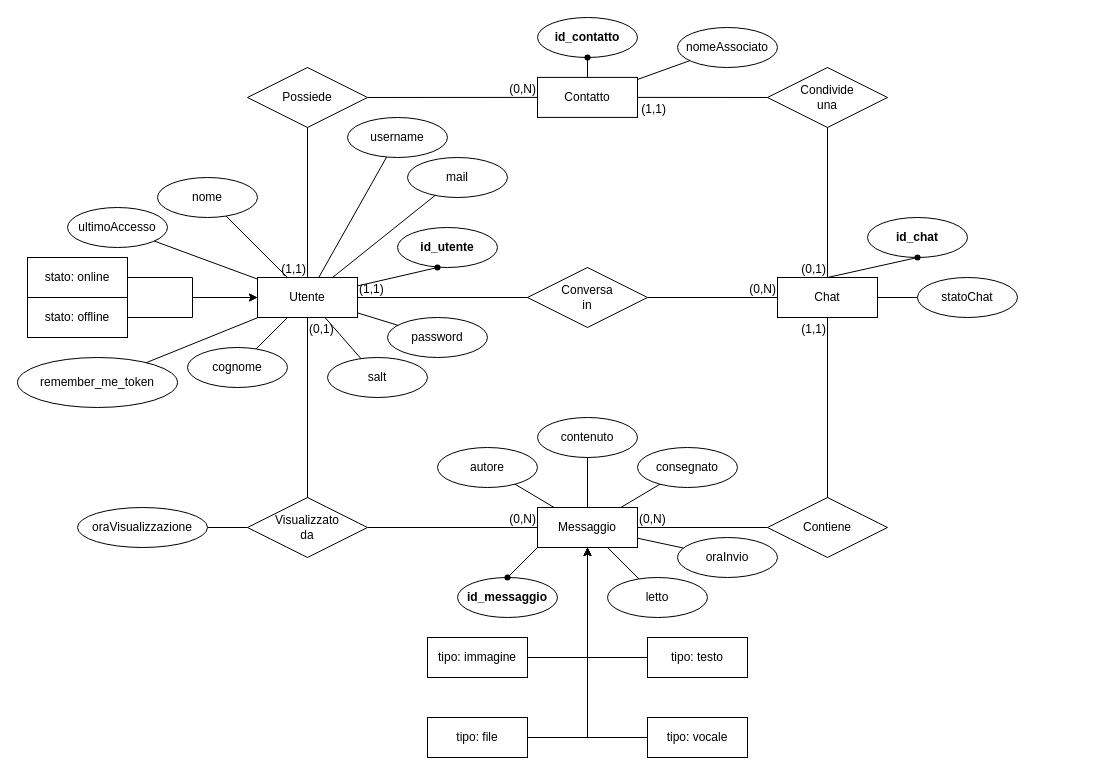
This is Progettazione/ER app messaggistica.drawio from FanteyOfficial/ProgettoQuintaInformatica, a draw.io file, before an edit. Source tidied: cells renumbered, new cells numbered last; positions are measured from the earlier drawing's top-left corner, leaving out a move shared by most shapes. Both pictures are drawn from the tidied source at 100%, with x=0, y=0 at pixel (17, 17).
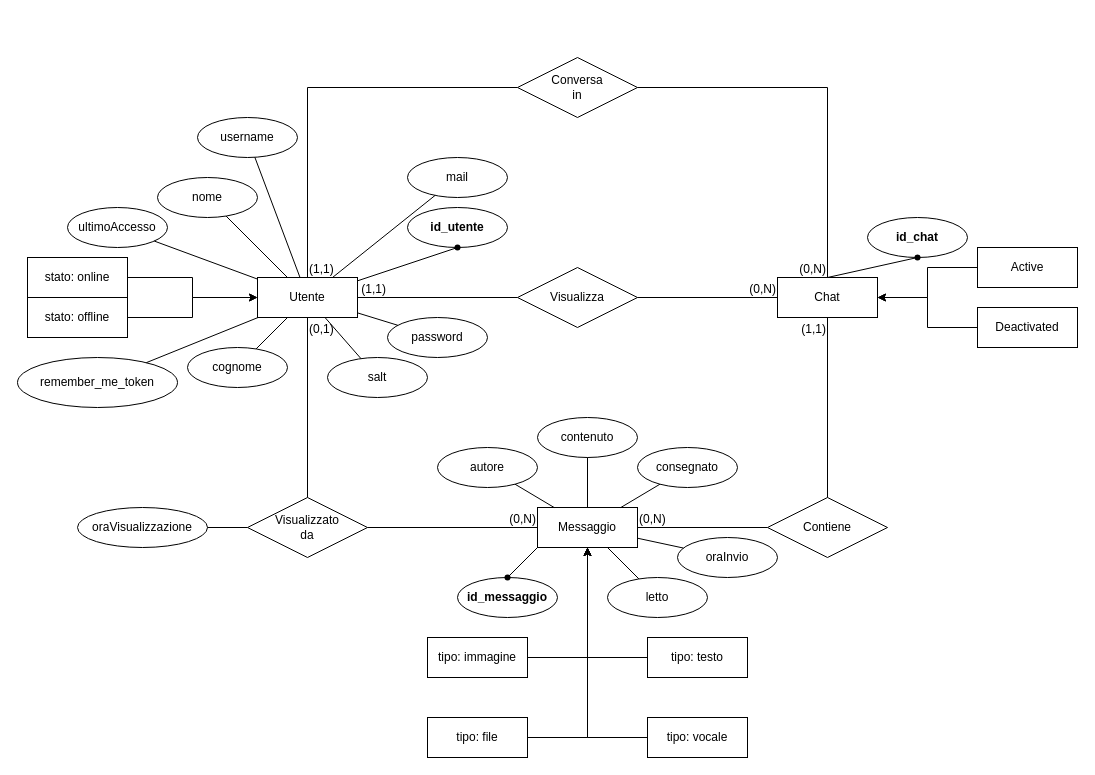
The same diagram, later.

The change refers to these unchanged cells:
```xml
<mxCell id="2" value="Utente" style="whiteSpace=wrap;html=1;align=center;" parent="1" vertex="1">
  <mxGeometry x="240" y="260" width="100" height="40" as="geometry" />
</mxCell>
<mxCell id="3" value="Chat" style="whiteSpace=wrap;html=1;align=center;" parent="1" vertex="1">
  <mxGeometry x="760" y="260" width="100" height="40" as="geometry" />
</mxCell>
```

The edit, as a diff of the source:
```diff
@@
     <mxCell id="6" value="Conversa&lt;br&gt;in" style="shape=rhombus;perimeter=rhombusPerimeter;whiteSpace=wrap;html=1;align=center;" parent="1" vertex="1">
-      <mxGeometry x="510" y="250" width="120" height="60" as="geometry" />
+      <mxGeometry x="500" y="40" width="120" height="60" as="geometry" />
     </mxCell>
@@
-    <mxCell id="8" style="endArrow=none;html=1;rounded=0;exitX=1;exitY=0.5;exitDx=0;exitDy=0;entryX=0;entryY=0.5;entryDx=0;entryDy=0;" parent="1" edge="1" source="2" target="6">
-      <mxGeometry relative="1" as="geometry" />
+    <mxCell id="8" style="endArrow=none;html=1;rounded=0;exitX=0.5;exitY=0;exitDx=0;exitDy=0;entryX=0;entryY=0.5;entryDx=0;entryDy=0;" parent="1" edge="1" source="2" target="6">
+      <mxGeometry relative="1" as="geometry">
+        <Array as="points">
+          <mxPoint x="290" y="70" />
+        </Array>
+      </mxGeometry>
     </mxCell>
@@
-    <mxCell id="18" style="endArrow=none;html=1;rounded=0;exitX=1;exitY=0.5;exitDx=0;exitDy=0;entryX=0;entryY=0.5;entryDx=0;entryDy=0;" parent="1" edge="1" source="6" target="3">
-      <mxGeometry relative="1" as="geometry" />
+    <mxCell id="18" style="endArrow=none;html=1;rounded=0;exitX=1;exitY=0.5;exitDx=0;exitDy=0;entryX=0.5;entryY=0;entryDx=0;entryDy=0;" parent="1" edge="1" source="6" target="3">
+      <mxGeometry relative="1" as="geometry">
+        <Array as="points">
+          <mxPoint x="810" y="70" />
+        </Array>
+      </mxGeometry>
     </mxCell>
@@
-    <mxCell id="23" value="statoChat" style="ellipse;whiteSpace=wrap;html=1;align=center;" parent="1" vertex="1">
-      <mxGeometry x="900" y="260" width="100" height="40" as="geometry" />
-    </mxCell>
@@
     <mxCell id="26" value="&lt;b&gt;id_utente&lt;/b&gt;" style="ellipse;whiteSpace=wrap;html=1;align=center;" parent="1" vertex="1">
-      <mxGeometry x="380" y="210" width="100" height="40" as="geometry" />
+      <mxGeometry x="390" y="190" width="100" height="40" as="geometry" />
     </mxCell>
@@
     <mxCell id="29" value="username" style="ellipse;whiteSpace=wrap;html=1;align=center;" parent="1" vertex="1">
-      <mxGeometry x="330" y="100" width="100" height="40" as="geometry" />
+      <mxGeometry x="180" y="100" width="100" height="40" as="geometry" />
     </mxCell>
@@
-    <mxCell id="38" style="endArrow=none;html=1;rounded=0;exitX=1;exitY=0.5;exitDx=0;exitDy=0;entryX=0;entryY=0.5;entryDx=0;entryDy=0;" parent="1" edge="1" source="3" target="23">
-      <mxGeometry relative="1" as="geometry" />
-    </mxCell>
@@
-    <mxCell id="73" value="Contatto" style="whiteSpace=wrap;html=1;align=center;" parent="1" vertex="1">
-      <mxGeometry x="520" y="59.9" width="100" height="40" as="geometry" />
-    </mxCell>
-    <mxCell id="74" value="Possiede" style="shape=rhombus;perimeter=rhombusPerimeter;whiteSpace=wrap;html=1;align=center;" parent="1" vertex="1">
-      <mxGeometry x="230" y="50" width="120" height="60" as="geometry" />
-    </mxCell>
-    <mxCell id="75" style="endArrow=none;html=1;rounded=0;" parent="1" edge="1" source="74" target="2">
-      <mxGeometry relative="1" as="geometry" />
-    </mxCell>
-    <mxCell id="76" value="(1,1)" style="html=1;whiteSpace=wrap;align=right;verticalAlign=bottom;" parent="75" vertex="1">
-      <mxGeometry x="1" relative="1" as="geometry" />
-    </mxCell>
-    <mxCell id="77" style="endArrow=none;html=1;rounded=0;" parent="1" edge="1" source="74" target="73">
-      <mxGeometry relative="1" as="geometry" />
-    </mxCell>
-    <mxCell id="78" value="(0,N)" style="html=1;whiteSpace=wrap;align=right;verticalAlign=bottom;" parent="77" vertex="1">
-      <mxGeometry x="1" relative="1" as="geometry" />
-    </mxCell>
-    <mxCell id="79" value="&lt;b&gt;id_contatto&lt;/b&gt;" style="ellipse;whiteSpace=wrap;html=1;align=center;" parent="1" vertex="1">
-      <mxGeometry x="520" width="100" height="40" as="geometry" />
-    </mxCell>
-    <mxCell id="80" style="endArrow=none;html=1;rounded=0;" parent="1" edge="1" source="82" target="73">
-      <mxGeometry relative="1" as="geometry" />
-    </mxCell>
-    <mxCell id="81" style="endArrow=none;html=1;rounded=0;" parent="1" edge="1" source="79" target="82">
-      <mxGeometry relative="1" as="geometry" />
-    </mxCell>
-    <mxCell id="82" style="shape=waypoint;sketch=0;fillStyle=solid;size=6;points=[];fillColor=none;perimeter=centerPerimeter;snapToPoint=1;" parent="1" vertex="1">
-      <mxGeometry x="560" y="30" width="20" height="20" as="geometry" />
-    </mxCell>
-    <mxCell id="83" value="nomeAssociato" style="ellipse;whiteSpace=wrap;html=1;align=center;" parent="1" vertex="1">
-      <mxGeometry x="660" y="10" width="100" height="40" as="geometry" />
-    </mxCell>
-    <mxCell id="84" style="endArrow=none;html=1;rounded=0;" parent="1" edge="1" source="73" target="83">
-      <mxGeometry relative="1" as="geometry" />
-    </mxCell>
@@
     <mxCell id="86" style="shape=waypoint;sketch=0;fillStyle=solid;size=6;points=[];fillColor=none;perimeter=centerPerimeter;snapToPoint=1;" parent="1" vertex="1">
-      <mxGeometry x="410" y="240" width="20" height="20" as="geometry" />
+      <mxGeometry x="430" y="220" width="20" height="20" as="geometry" />
     </mxCell>
-    <mxCell id="87" value="Condivide&lt;br&gt;una" style="shape=rhombus;perimeter=rhombusPerimeter;whiteSpace=wrap;html=1;align=center;" parent="1" vertex="1">
-      <mxGeometry x="750" y="50" width="120" height="60" as="geometry" />
-    </mxCell>
-    <mxCell id="88" style="endArrow=none;html=1;rounded=0;" parent="1" edge="1" source="87" target="73">
-      <mxGeometry relative="1" as="geometry" />
-    </mxCell>
-    <mxCell id="89" value="(1,1)" style="html=1;whiteSpace=wrap;align=right;verticalAlign=bottom;" parent="88" vertex="1">
-      <mxGeometry x="1" relative="1" as="geometry">
-        <mxPoint x="30" y="20" as="offset" />
-      </mxGeometry>
-    </mxCell>
-    <mxCell id="90" style="endArrow=none;html=1;rounded=0;" parent="1" edge="1" source="87" target="3">
-      <mxGeometry relative="1" as="geometry" />
-    </mxCell>
-    <mxCell id="91" value="(0,1)" style="html=1;whiteSpace=wrap;align=right;verticalAlign=bottom;" parent="90" vertex="1">
-      <mxGeometry x="1" relative="1" as="geometry" />
-    </mxCell>
+    <mxCell id="92" value="Visualizza" style="shape=rhombus;perimeter=rhombusPerimeter;whiteSpace=wrap;html=1;align=center;" parent="1" vertex="1">
+      <mxGeometry x="500" y="250" width="120" height="60" as="geometry" />
+    </mxCell>
+    <mxCell id="93" style="endArrow=none;html=1;rounded=0;exitX=0;exitY=0.5;exitDx=0;exitDy=0;entryX=1;entryY=0.5;entryDx=0;entryDy=0;" parent="1" edge="1" source="92" target="2">
+      <mxGeometry relative="1" as="geometry" />
+    </mxCell>
+    <mxCell id="94" value="(1,1)" style="html=1;whiteSpace=wrap;align=right;verticalAlign=bottom;" parent="93" vertex="1">
+      <mxGeometry x="1" relative="1" as="geometry">
+        <mxPoint x="30" as="offset" />
+      </mxGeometry>
+    </mxCell>
+    <mxCell id="95" style="endArrow=none;html=1;rounded=0;exitX=1;exitY=0.5;exitDx=0;exitDy=0;entryX=0;entryY=0.5;entryDx=0;entryDy=0;" parent="1" edge="1" source="92" target="3">
+      <mxGeometry relative="1" as="geometry" />
+    </mxCell>
+    <mxCell id="78" value="(0,N)" style="html=1;whiteSpace=wrap;align=right;verticalAlign=bottom;" parent="95" vertex="1">
+      <mxGeometry x="1" relative="1" as="geometry" />
+    </mxCell>
+    <mxCell id="96" style="edgeStyle=orthogonalEdgeStyle;rounded=0;jettySize=auto;html=1;" parent="1" edge="1" source="97" target="3">
+      <mxGeometry relative="1" as="geometry" />
+    </mxCell>
+    <mxCell id="97" value="Active" style="whiteSpace=wrap;html=1;align=center;" parent="1" vertex="1">
+      <mxGeometry x="960" y="230" width="100" height="40" as="geometry" />
+    </mxCell>
+    <mxCell id="98" style="edgeStyle=orthogonalEdgeStyle;rounded=0;jettySize=auto;html=1;" parent="1" edge="1" source="99" target="3">
+      <mxGeometry relative="1" as="geometry" />
+    </mxCell>
+    <mxCell id="99" value="Deactivated" style="whiteSpace=wrap;html=1;align=center;" parent="1" vertex="1">
+      <mxGeometry x="960" y="290" width="100" height="40" as="geometry" />
+    </mxCell>
```
